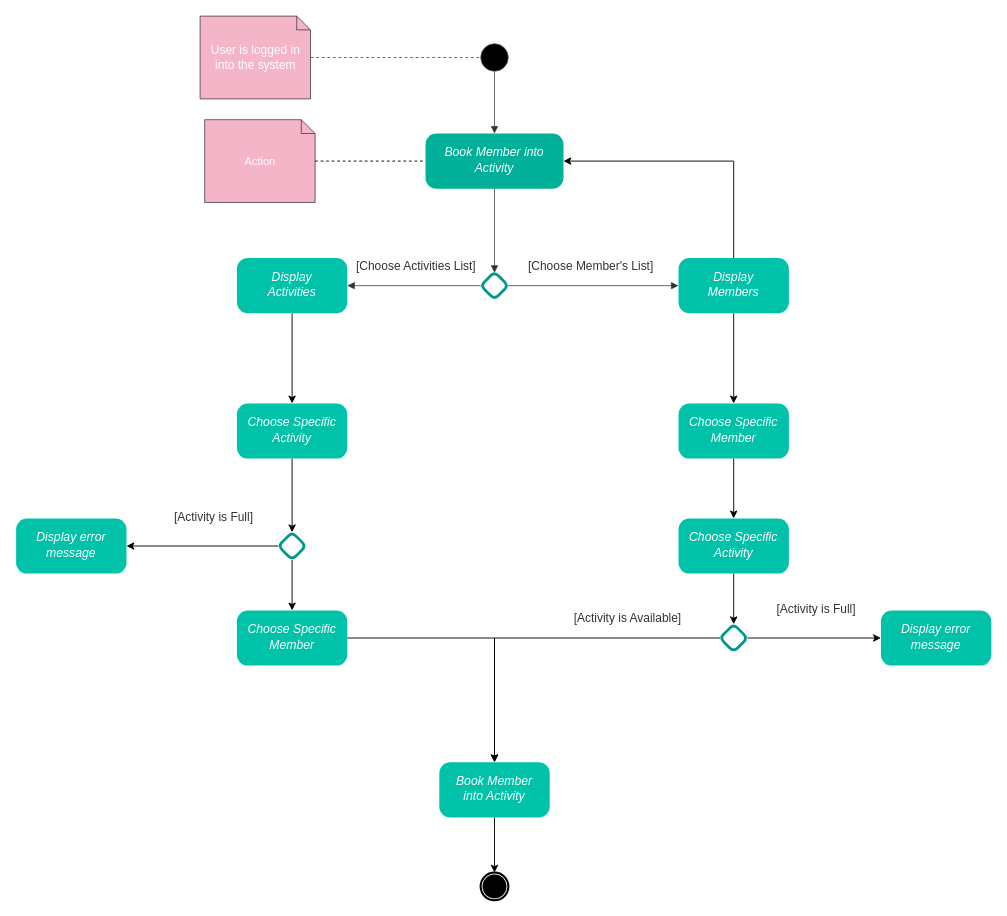
This is Project_Documents/Activity_Diagrams/Book_Member_in_Activity_Diagram.drawio from Wellington-Black/Project_Web_Programming_with_Python, a draw.io file, before an edit. Source tidied: cells renumbered, new cells numbered last; positions are measured from the earlier drawing's top-left corner, leaving out a move shared by most shapes. Both pictures are drawn from the tidied source at 92%, with x=0, y=0 at pixel (16, 16).
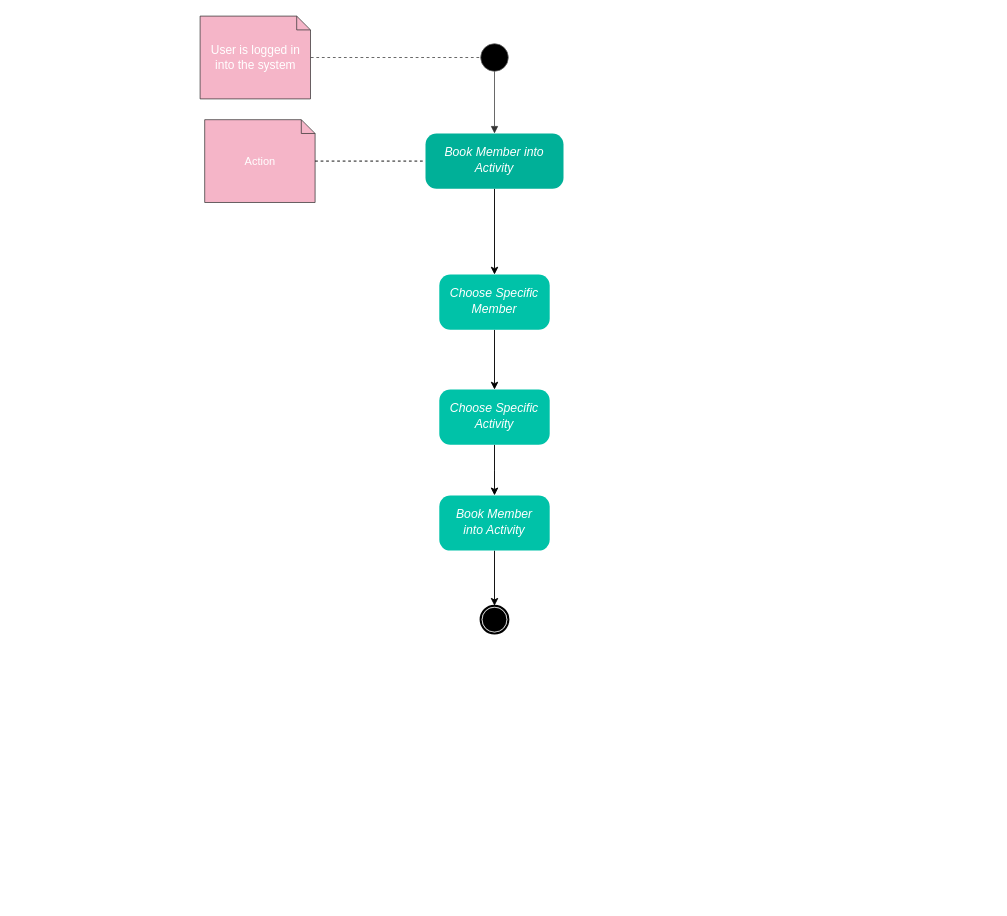
Above is the later version.

The change refers to these unchanged cells:
```xml
<mxCell id="6" value="&lt;div style=&quot;display: flex ; justify-content: center ; text-align: center ; align-items: baseline ; line-height: 1.25 ; margin-left: 8.4px ; margin-right: 8.4px ; margin-top: -2px&quot;&gt;&lt;font color=&quot;#ffffff&quot;&gt;&lt;span style=&quot;font-size: 13.3px ; font-style: italic&quot;&gt;Book Member into Activity&lt;/span&gt;&lt;/font&gt;&lt;/div&gt;" style="rounded=1;arcSize=20;whiteSpace=wrap;overflow=block;blockSpacing=1;html=1;fontSize=13;spacing=3.6;strokeOpacity=0;fillOpacity=100;fillColor=#00b098;strokeWidth=0.8;" parent="1" vertex="1">
  <mxGeometry x="445" y="127.6" width="150" height="60" as="geometry" />
</mxCell>
```

What changed in the source:
```diff
@@
+    <mxCell id="45" style="edgeStyle=orthogonalEdgeStyle;rounded=0;jettySize=auto;html=1;" parent="1" edge="1" source="6" target="34">
+      <mxGeometry relative="1" as="geometry" />
+    </mxCell>
@@
-    <mxCell id="12" style="html=1;jettySize=18;whiteSpace=wrap;fontSize=13;fontFamily=helvetica;strokeColor=#333333;strokeOpacity=100;strokeWidth=0.8;rounded=1;arcSize=24;edgeStyle=orthogonalEdgeStyle;startArrow=none;endArrow=block;endFill=1;exitX=0.5;exitY=1;entryX=0.5;entryY=0.032;entryPerimeter=0;exitDx=0;exitDy=0;" parent="1" edge="1" source="6" target="21">
-      <mxGeometry relative="1" as="geometry" />
-    </mxCell>
-    <mxCell id="13" style="html=1;jettySize=18;whiteSpace=wrap;fontSize=13;fontFamily=helvetica;strokeColor=#333333;strokeOpacity=100;strokeWidth=0.8;rounded=1;arcSize=24;edgeStyle=orthogonalEdgeStyle;startArrow=none;endArrow=block;endFill=1;exitX=0;exitY=0.5;entryX=1;entryY=0.5;entryDx=0;entryDy=0;exitDx=0;exitDy=0;" parent="1" edge="1" source="21" target="15">
-      <mxGeometry relative="1" as="geometry" />
-    </mxCell>
-    <mxCell id="14" style="edgeStyle=orthogonalEdgeStyle;rounded=0;jettySize=auto;html=1;entryX=0.5;entryY=0;entryDx=0;entryDy=0;" parent="1" edge="1" source="15" target="25">
-      <mxGeometry relative="1" as="geometry" />
-    </mxCell>
-    <mxCell id="15" value="&lt;div style=&quot;display: flex ; justify-content: center ; text-align: center ; align-items: baseline ; line-height: 1.25 ; margin-left: 8.4px ; margin-right: 8.4px ; margin-top: -2px&quot;&gt;&lt;font color=&quot;#ffffff&quot;&gt;&lt;span style=&quot;font-size: 13.3px&quot;&gt;&lt;i&gt;Display Activities&lt;/i&gt;&lt;/span&gt;&lt;/font&gt;&lt;/div&gt;" style="rounded=1;arcSize=20;whiteSpace=wrap;overflow=block;blockSpacing=1;html=1;fontSize=13;spacing=3.6;strokeOpacity=0;fillOpacity=100;fillColor=#00c2a8;strokeWidth=0.8;" parent="1" vertex="1">
-      <mxGeometry x="240" y="263" width="120" height="60" as="geometry" />
-    </mxCell>
-    <mxCell id="16" style="html=1;jettySize=18;whiteSpace=wrap;fontSize=13;fontFamily=helvetica;strokeColor=#333333;strokeOpacity=100;strokeWidth=0.8;rounded=1;arcSize=24;edgeStyle=orthogonalEdgeStyle;startArrow=none;endArrow=block;endFill=1;exitX=0.968;exitY=0.5;exitPerimeter=0;entryX=0;entryY=0.5;entryPerimeter=0;" parent="1" edge="1" source="21" target="19">
-      <mxGeometry relative="1" as="geometry" />
-    </mxCell>
-    <mxCell id="17" style="edgeStyle=orthogonalEdgeStyle;rounded=0;jettySize=auto;html=1;entryX=1;entryY=0.5;entryDx=0;entryDy=0;exitX=0.5;exitY=0;exitDx=0;exitDy=0;" parent="1" edge="1" source="19" target="6">
-      <mxGeometry relative="1" as="geometry">
-        <Array as="points">
-          <mxPoint x="780" y="158" />
-        </Array>
-      </mxGeometry>
-    </mxCell>
-    <mxCell id="18" style="edgeStyle=orthogonalEdgeStyle;rounded=0;jettySize=auto;html=1;" parent="1" edge="1" source="19" target="34">
-      <mxGeometry relative="1" as="geometry" />
-    </mxCell>
-    <mxCell id="19" value="&lt;div style=&quot;display: flex ; justify-content: center ; text-align: center ; align-items: baseline ; font-size: 0 ; line-height: 1.25 ; margin-left: 8.4px ; margin-right: 8.4px ; margin-top: 2.4px ; margin-top: -2px&quot;&gt;&lt;span&gt;&lt;span style=&quot;font-size: 13.3px ; color: #ffffff ; font-style: italic&quot;&gt;Display Members&lt;/span&gt;&lt;/span&gt;&lt;/div&gt;" style="rounded=1;arcSize=20;whiteSpace=wrap;overflow=block;blockSpacing=1;html=1;fontSize=13;spacing=3.6;strokeOpacity=0;fillOpacity=100;fillColor=#00c2a8;strokeWidth=0.8;" parent="1" vertex="1">
-      <mxGeometry x="720" y="263" width="120" height="60" as="geometry" />
-    </mxCell>
     <mxCell id="20" style="html=1;overflow=block;blockSpacing=1;whiteSpace=wrap;shape=mxgraph.bpmn.shape;outline=end;symbol=terminate;strokeColor=#000000;fillColor=#ffffff;whiteSpace=wrap;fontSize=13;spacing=3.6;strokeOpacity=100;fillOpacity=100;rounded=1;absoluteArcSize=1;arcSize=12;strokeWidth=0.8;" parent="1" vertex="1">
-      <mxGeometry x="505" y="931" width="30" height="30" as="geometry" />
+      <mxGeometry x="505" y="641" width="30" height="30" as="geometry" />
     </mxCell>
-    <mxCell id="21" style="html=1;overflow=block;blockSpacing=1;whiteSpace=wrap;shape=rhombus;whiteSpace=wrap;fontSize=13;spacing=3.6;strokeColor=#009985;strokeOpacity=100;fillOpacity=100;rounded=1;absoluteArcSize=1;arcSize=12;fillColor=#ffffff;strokeWidth=3;" parent="1" vertex="1">
-      <mxGeometry x="505" y="278" width="30" height="30" as="geometry" />
-    </mxCell>
-    <mxCell id="22" value="[Choose Member's List]" style="html=1;overflow=block;blockSpacing=1;whiteSpace=wrap;whiteSpace=wrap;fontSize=13;fontColor=#333333;align=center;spacing=3.8;strokeOpacity=0;fillOpacity=0;rounded=1;absoluteArcSize=1;arcSize=12;fillColor=#ffffff;strokeWidth=0.8;" parent="1" vertex="1">
-      <mxGeometry x="535" y="248" width="180" height="45" as="geometry" />
-    </mxCell>
-    <mxCell id="23" value="[Choose Activities List]" style="html=1;overflow=block;blockSpacing=1;whiteSpace=wrap;whiteSpace=wrap;fontSize=13;fontColor=#333333;align=center;spacing=3.8;strokeOpacity=0;fillOpacity=0;rounded=1;absoluteArcSize=1;arcSize=12;fillColor=#ffffff;strokeWidth=0.8;" parent="1" vertex="1">
-      <mxGeometry x="365" y="248" width="140" height="45" as="geometry" />
-    </mxCell>
-    <mxCell id="24" style="edgeStyle=orthogonalEdgeStyle;rounded=0;jettySize=auto;html=1;entryX=0.5;entryY=0;entryDx=0;entryDy=0;" parent="1" edge="1" source="25" target="28">
-      <mxGeometry relative="1" as="geometry" />
-    </mxCell>
-    <mxCell id="25" value="&lt;div style=&quot;display: flex ; justify-content: center ; text-align: center ; align-items: baseline ; line-height: 1.25 ; margin-left: 8.4px ; margin-right: 8.4px ; margin-top: -2px&quot;&gt;&lt;font color=&quot;#ffffff&quot;&gt;&lt;span style=&quot;font-size: 13.3px&quot;&gt;&lt;i&gt;Choose Specific Activity&lt;/i&gt;&lt;/span&gt;&lt;/font&gt;&lt;/div&gt;" style="rounded=1;arcSize=20;whiteSpace=wrap;overflow=block;blockSpacing=1;html=1;fontSize=13;spacing=3.6;strokeOpacity=0;fillOpacity=100;fillColor=#00c2a8;strokeWidth=0.8;" parent="1" vertex="1">
-      <mxGeometry x="240" y="421" width="120" height="60" as="geometry" />
-    </mxCell>
-    <mxCell id="26" style="edgeStyle=orthogonalEdgeStyle;rounded=0;jettySize=auto;html=1;entryX=1;entryY=0.5;entryDx=0;entryDy=0;" parent="1" edge="1" source="28" target="29">
-      <mxGeometry relative="1" as="geometry" />
-    </mxCell>
-    <mxCell id="27" style="edgeStyle=orthogonalEdgeStyle;rounded=0;jettySize=auto;html=1;" parent="1" edge="1" source="28" target="42">
-      <mxGeometry relative="1" as="geometry" />
-    </mxCell>
-    <mxCell id="28" style="html=1;overflow=block;blockSpacing=1;whiteSpace=wrap;shape=rhombus;whiteSpace=wrap;fontSize=13;spacing=3.6;strokeColor=#009985;strokeOpacity=100;fillOpacity=100;rounded=1;absoluteArcSize=1;arcSize=12;fillColor=#ffffff;strokeWidth=3;" parent="1" vertex="1">
-      <mxGeometry x="285" y="561" width="30" height="30" as="geometry" />
-    </mxCell>
-    <mxCell id="29" value="&lt;div style=&quot;display: flex ; justify-content: center ; text-align: center ; align-items: baseline ; line-height: 1.25 ; margin-left: 8.4px ; margin-right: 8.4px ; margin-top: -2px&quot;&gt;&lt;font color=&quot;#ffffff&quot;&gt;&lt;span style=&quot;font-size: 13.3px&quot;&gt;&lt;i&gt;Display error message&lt;/i&gt;&lt;/span&gt;&lt;/font&gt;&lt;/div&gt;" style="rounded=1;arcSize=20;whiteSpace=wrap;overflow=block;blockSpacing=1;html=1;fontSize=13;spacing=3.6;strokeOpacity=0;fillOpacity=100;fillColor=#00c2a8;strokeWidth=0.8;" parent="1" vertex="1">
-      <mxGeometry y="546" width="120" height="60" as="geometry" />
-    </mxCell>
@@
     <mxCell id="31" value="&lt;div style=&quot;display: flex ; justify-content: center ; text-align: center ; align-items: baseline ; line-height: 1.25 ; margin-left: 8.4px ; margin-right: 8.4px ; margin-top: -2px&quot;&gt;&lt;font color=&quot;#ffffff&quot;&gt;&lt;span style=&quot;font-size: 13.3px&quot;&gt;&lt;i&gt;Book Member into Activity&lt;/i&gt;&lt;/span&gt;&lt;/font&gt;&lt;/div&gt;" style="rounded=1;arcSize=20;whiteSpace=wrap;overflow=block;blockSpacing=1;html=1;fontSize=13;spacing=3.6;strokeOpacity=0;fillOpacity=100;fillColor=#00c2a8;strokeWidth=0.8;" parent="1" vertex="1">
-      <mxGeometry x="460" y="811" width="120" height="60" as="geometry" />
+      <mxGeometry x="460" y="521" width="120" height="60" as="geometry" />
     </mxCell>
-    <mxCell id="32" value="[Activity is Full]" style="html=1;overflow=block;blockSpacing=1;whiteSpace=wrap;whiteSpace=wrap;fontSize=13;fontColor=#333333;align=center;spacing=3.8;strokeOpacity=0;fillOpacity=0;rounded=1;absoluteArcSize=1;arcSize=12;fillColor=#ffffff;strokeWidth=0.8;" parent="1" vertex="1">
-      <mxGeometry x="145" y="521" width="140" height="45" as="geometry" />
-    </mxCell>
@@
     <mxCell id="34" value="&lt;div style=&quot;display: flex ; justify-content: center ; text-align: center ; align-items: baseline ; line-height: 1.25 ; margin-left: 8.4px ; margin-right: 8.4px ; margin-top: -2px&quot;&gt;&lt;font color=&quot;#ffffff&quot;&gt;&lt;span style=&quot;font-size: 13.3px&quot;&gt;&lt;i&gt;Choose Specific Member&lt;/i&gt;&lt;/span&gt;&lt;/font&gt;&lt;/div&gt;" style="rounded=1;arcSize=20;whiteSpace=wrap;overflow=block;blockSpacing=1;html=1;fontSize=13;spacing=3.6;strokeOpacity=0;fillOpacity=100;fillColor=#00c2a8;strokeWidth=0.8;" parent="1" vertex="1">
-      <mxGeometry x="720" y="421" width="120" height="60" as="geometry" />
+      <mxGeometry x="460" y="281" width="120" height="60" as="geometry" />
     </mxCell>
-    <mxCell id="35" style="edgeStyle=orthogonalEdgeStyle;rounded=0;jettySize=auto;html=1;entryX=0;entryY=0.5;entryDx=0;entryDy=0;exitX=1;exitY=0.5;exitDx=0;exitDy=0;" parent="1" edge="1" source="37" target="38">
-      <mxGeometry relative="1" as="geometry" />
-    </mxCell>
-    <mxCell id="36" style="edgeStyle=orthogonalEdgeStyle;rounded=0;jettySize=auto;html=1;entryX=0.5;entryY=0;entryDx=0;entryDy=0;" parent="1" edge="1" source="37" target="31">
-      <mxGeometry relative="1" as="geometry" />
-    </mxCell>
-    <mxCell id="37" style="html=1;overflow=block;blockSpacing=1;whiteSpace=wrap;shape=rhombus;whiteSpace=wrap;fontSize=13;spacing=3.6;strokeColor=#009985;strokeOpacity=100;fillOpacity=100;rounded=1;absoluteArcSize=1;arcSize=12;fillColor=#ffffff;strokeWidth=3;" parent="1" vertex="1">
-      <mxGeometry x="765" y="661" width="30" height="30" as="geometry" />
-    </mxCell>
-    <mxCell id="38" value="&lt;div style=&quot;display: flex ; justify-content: center ; text-align: center ; align-items: baseline ; line-height: 1.25 ; margin-left: 8.4px ; margin-right: 8.4px ; margin-top: -2px&quot;&gt;&lt;font color=&quot;#ffffff&quot;&gt;&lt;span style=&quot;font-size: 13.3px&quot;&gt;&lt;i&gt;Display error message&lt;/i&gt;&lt;/span&gt;&lt;/font&gt;&lt;/div&gt;" style="rounded=1;arcSize=20;whiteSpace=wrap;overflow=block;blockSpacing=1;html=1;fontSize=13;spacing=3.6;strokeOpacity=0;fillOpacity=100;fillColor=#00c2a8;strokeWidth=0.8;" parent="1" vertex="1">
-      <mxGeometry x="940" y="646" width="120" height="60" as="geometry" />
-    </mxCell>
-    <mxCell id="39" value="[Activity is Full]" style="html=1;overflow=block;blockSpacing=1;whiteSpace=wrap;whiteSpace=wrap;fontSize=13;fontColor=#333333;align=center;spacing=3.8;strokeOpacity=0;fillOpacity=0;rounded=1;absoluteArcSize=1;arcSize=12;fillColor=#ffffff;strokeWidth=0.8;" parent="1" vertex="1">
-      <mxGeometry x="800" y="621" width="140" height="45" as="geometry" />
-    </mxCell>
-    <mxCell id="40" value="[Activity is Available]" style="html=1;overflow=block;blockSpacing=1;whiteSpace=wrap;whiteSpace=wrap;fontSize=13;fontColor=#333333;align=center;spacing=3.8;strokeOpacity=0;fillOpacity=0;rounded=1;absoluteArcSize=1;arcSize=12;fillColor=#ffffff;strokeWidth=0.8;" parent="1" vertex="1">
-      <mxGeometry x="595" y="631" width="140" height="45" as="geometry" />
-    </mxCell>
-    <mxCell id="41" style="edgeStyle=orthogonalEdgeStyle;rounded=0;jettySize=auto;html=1;entryX=0.5;entryY=0;entryDx=0;entryDy=0;" parent="1" edge="1" source="42" target="31">
-      <mxGeometry relative="1" as="geometry" />
-    </mxCell>
-    <mxCell id="42" value="&lt;div style=&quot;display: flex ; justify-content: center ; text-align: center ; align-items: baseline ; line-height: 1.25 ; margin-left: 8.4px ; margin-right: 8.4px ; margin-top: -2px&quot;&gt;&lt;font color=&quot;#ffffff&quot;&gt;&lt;span style=&quot;font-size: 13.3px&quot;&gt;&lt;i&gt;Choose Specific Member&lt;/i&gt;&lt;/span&gt;&lt;/font&gt;&lt;/div&gt;" style="rounded=1;arcSize=20;whiteSpace=wrap;overflow=block;blockSpacing=1;html=1;fontSize=13;spacing=3.6;strokeOpacity=0;fillOpacity=100;fillColor=#00c2a8;strokeWidth=0.8;" parent="1" vertex="1">
-      <mxGeometry x="240" y="646" width="120" height="60" as="geometry" />
-    </mxCell>
-    <mxCell id="43" style="edgeStyle=orthogonalEdgeStyle;rounded=0;jettySize=auto;html=1;entryX=0.5;entryY=0;entryDx=0;entryDy=0;" parent="1" edge="1" source="44" target="37">
-      <mxGeometry relative="1" as="geometry" />
+    <mxCell id="43" style="edgeStyle=orthogonalEdgeStyle;rounded=0;jettySize=auto;html=1;entryX=0.5;entryY=0;entryDx=0;entryDy=0;" parent="1" edge="1" source="44">
+      <mxGeometry relative="1" as="geometry">
+        <mxPoint x="520" y="521" as="targetPoint" />
+      </mxGeometry>
     </mxCell>
     <mxCell id="44" value="&lt;div style=&quot;display: flex ; justify-content: center ; text-align: center ; align-items: baseline ; line-height: 1.25 ; margin-left: 8.4px ; margin-right: 8.4px ; margin-top: -2px&quot;&gt;&lt;font color=&quot;#ffffff&quot;&gt;&lt;span style=&quot;font-size: 13.3px&quot;&gt;&lt;i&gt;Choose Specific Activity&lt;/i&gt;&lt;/span&gt;&lt;/font&gt;&lt;/div&gt;" style="rounded=1;arcSize=20;whiteSpace=wrap;overflow=block;blockSpacing=1;html=1;fontSize=13;spacing=3.6;strokeOpacity=0;fillOpacity=100;fillColor=#00c2a8;strokeWidth=0.8;" parent="1" vertex="1">
-      <mxGeometry x="720" y="546" width="120" height="60" as="geometry" />
+      <mxGeometry x="460" y="406" width="120" height="60" as="geometry" />
     </mxCell>
```
